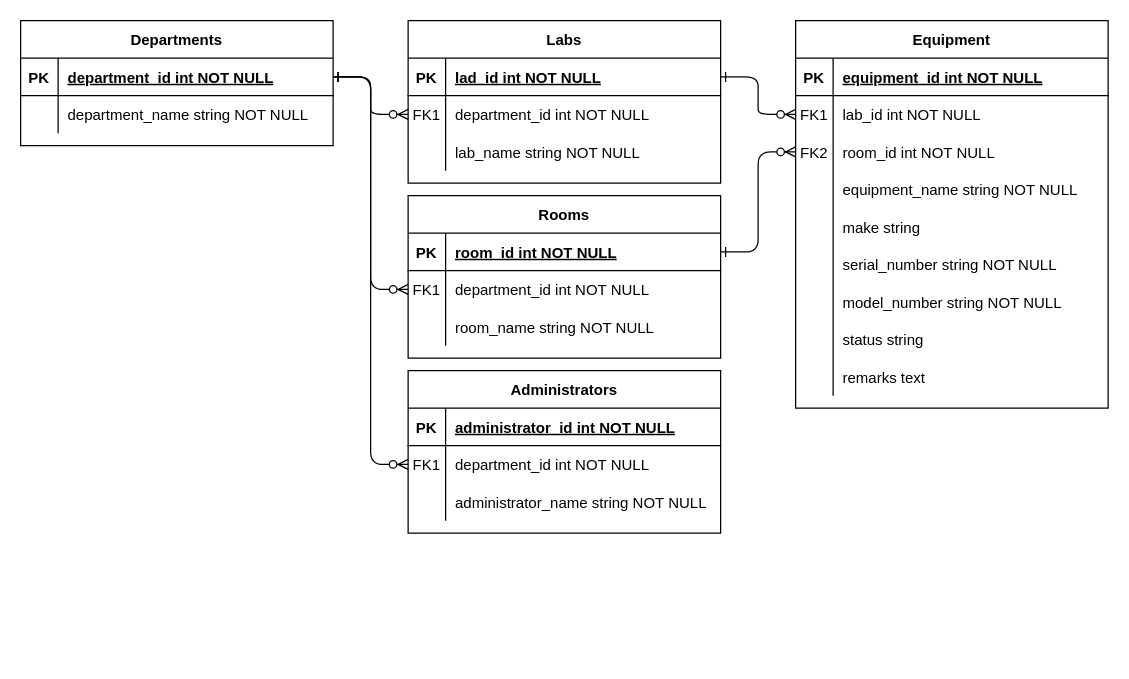
Above: Untitled Diagram.drawio in not-diba/inventory_managment (draw.io), before the change. Source tidied: cells renumbered, new cells numbered last; positions are measured from the earlier drawing's top-left corner, leaving out a move shared by most shapes. Both pictures are drawn from the tidied source at 125%, with x=0, y=0 at pixel (20, 20).
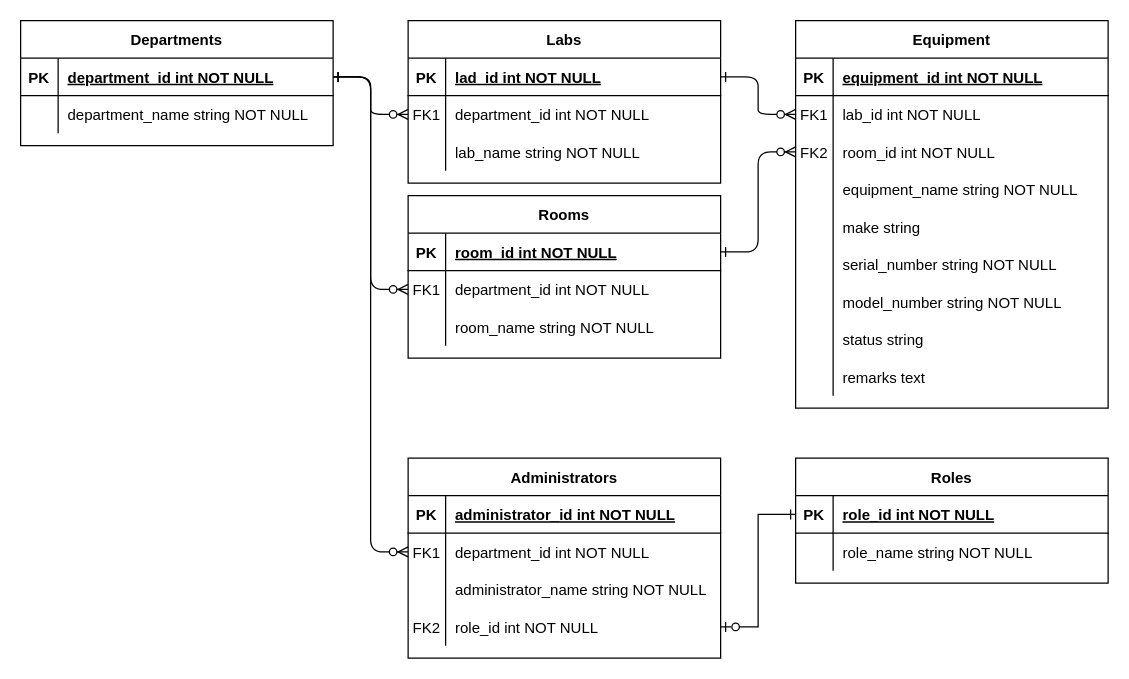
After the change.

The edit, as a diff of the source:
```diff
@@
     <mxCell id="62" value="Administrators" style="shape=table;startSize=30;childLayout=tableLayout;rowLines=0;fontStyle=1;align=center;" parent="1" vertex="1">
-      <mxGeometry x="310" y="280" width="250" height="130" as="geometry" />
+      <mxGeometry x="310" y="350" width="250" height="160" as="geometry" />
     </mxCell>
@@
+    <mxCell id="73" style="shape=partialRectangle;fillColor=none;points=[[0,0.5],[1,0.5]];portConstraint=eastwest;top=0;left=0;right=0;bottom=0;" parent="62" vertex="1">
+      <mxGeometry y="120" width="250" height="30" as="geometry" />
+    </mxCell>
+    <mxCell id="74" value="FK2" style="shape=partialRectangle;overflow=hidden;fillColor=none;top=0;left=0;bottom=0;right=0;" parent="73" vertex="1">
+      <mxGeometry width="30" height="30" as="geometry" />
+    </mxCell>
+    <mxCell id="75" value="role_id int NOT NULL" style="shape=partialRectangle;overflow=hidden;fillColor=none;top=0;left=0;bottom=0;right=0;align=left;spacingLeft=6;" parent="73" vertex="1">
+      <mxGeometry x="30" width="220" height="30" as="geometry" />
+    </mxCell>
@@
+    <mxCell id="76" value="Roles" style="shape=table;startSize=30;childLayout=tableLayout;rowLines=0;fontStyle=1;align=center;" parent="1" vertex="1">
+      <mxGeometry x="620" y="350" width="250" height="100" as="geometry" />
+    </mxCell>
+    <mxCell id="77" style="shape=partialRectangle;fillColor=none;points=[[0,0.5],[1,0.5]];portConstraint=eastwest;top=0;left=0;right=0;bottom=1;" parent="76" vertex="1">
+      <mxGeometry y="30" width="250" height="30" as="geometry" />
+    </mxCell>
+    <mxCell id="78" value="PK" style="shape=partialRectangle;overflow=hidden;fillColor=none;top=0;left=0;bottom=0;right=0;fontStyle=1;" parent="77" vertex="1">
+      <mxGeometry width="30" height="30" as="geometry" />
+    </mxCell>
+    <mxCell id="79" value="role_id int NOT NULL " style="shape=partialRectangle;overflow=hidden;fillColor=none;top=0;left=0;bottom=0;right=0;align=left;spacingLeft=6;fontStyle=5;" parent="77" vertex="1">
+      <mxGeometry x="30" width="220" height="30" as="geometry" />
+    </mxCell>
+    <mxCell id="80" style="shape=partialRectangle;fillColor=none;top=0;left=0;right=0;bottom=0;" parent="76" vertex="1">
+      <mxGeometry y="60" width="250" height="30" as="geometry" />
+    </mxCell>
+    <mxCell id="81" style="shape=partialRectangle;overflow=hidden;fillColor=none;top=0;left=0;bottom=0;right=0;" parent="80" vertex="1">
+      <mxGeometry width="30" height="30" as="geometry" />
+    </mxCell>
+    <mxCell id="82" value="role_name string NOT NULL" style="shape=partialRectangle;overflow=hidden;fillColor=none;top=0;left=0;bottom=0;right=0;align=left;spacingLeft=6;" parent="80" vertex="1">
+      <mxGeometry x="30" width="220" height="30" as="geometry" />
+    </mxCell>
+    <mxCell id="83" style="edgeStyle=orthogonalEdgeStyle;rounded=0;jettySize=auto;html=1;exitX=0;exitY=0.5;exitDx=0;exitDy=0;entryX=1;entryY=0.5;entryDx=0;entryDy=0;endArrow=ERzeroToOne;endFill=0;startArrow=ERone;startFill=0;" parent="1" edge="1" source="77" target="73">
+      <mxGeometry relative="1" as="geometry" />
+    </mxCell>
```
